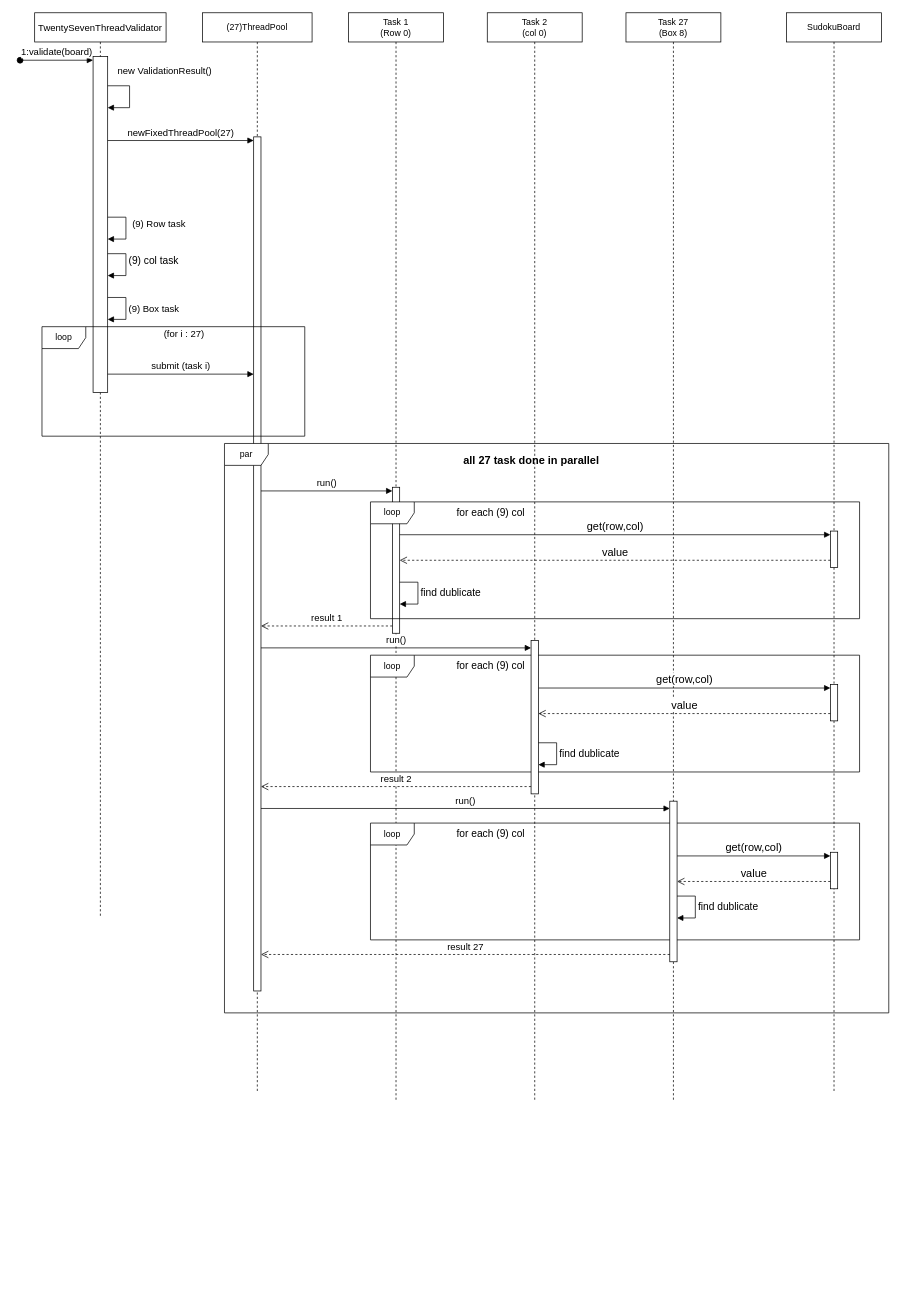
The draw.io diagram diagrams/mode27 sequence diagram.drawio in Smook-e/Prog_lab9, before the edit. Source tidied: cells renumbered, new cells numbered last; positions are measured from the earlier drawing's top-left corner, leaving out a move shared by most shapes. Both pictures are drawn from the tidied source at 73%, with x=0, y=0 at pixel (20, 12).
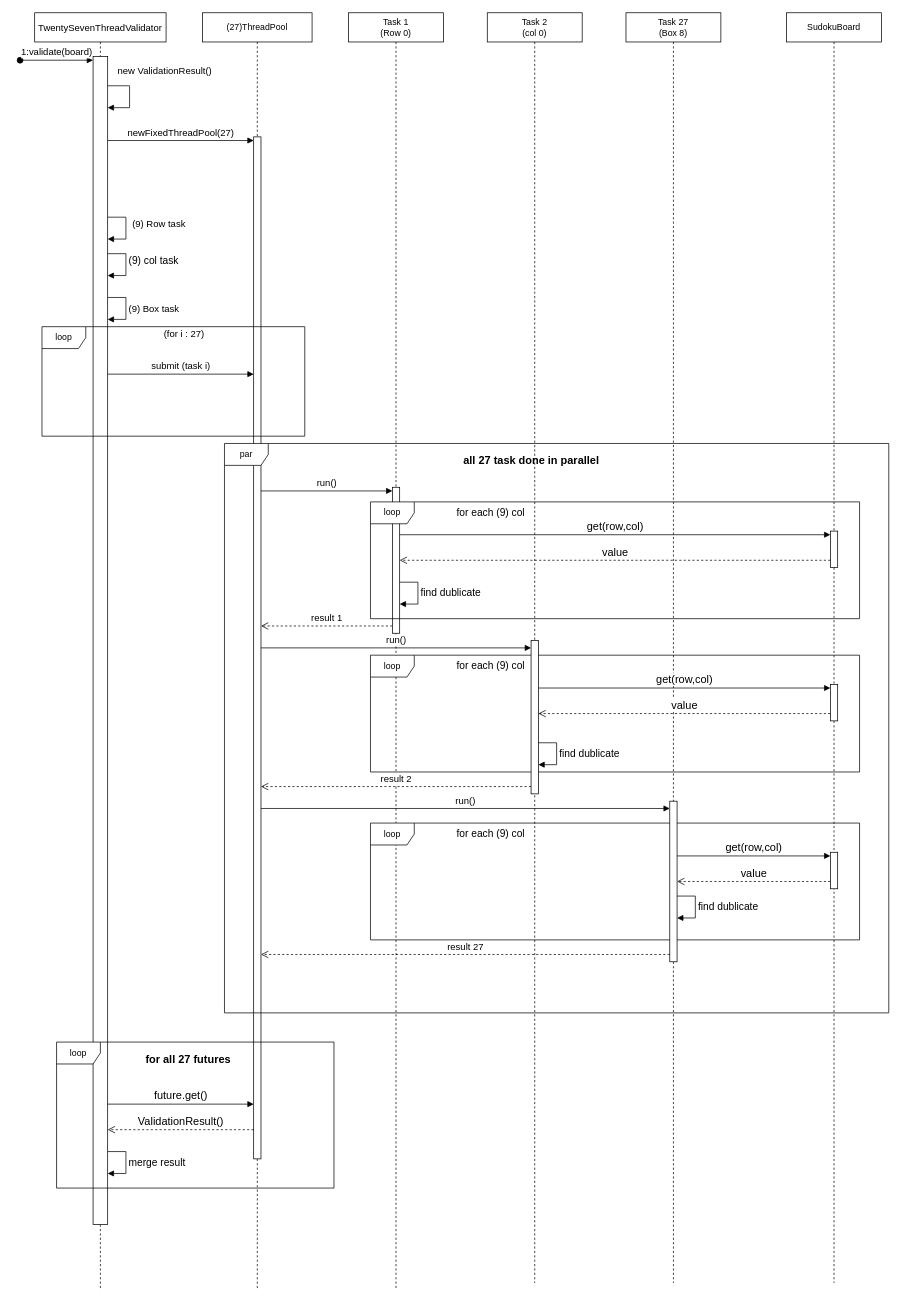
The same diagram, later.

Diff of the diagram source:
```diff
@@
     <mxCell id="2" value="TwentySevenThreadValidator" style="shape=umlLifeline;perimeter=lifelinePerimeter;whiteSpace=wrap;html=1;newEdgeStyle={&quot;curved&quot;:0,&quot;rounded&quot;:0};fontSize=13;" parent="1" vertex="1">
-      <mxGeometry x="20" width="180" height="1240" as="geometry" />
+      <mxGeometry x="20" width="180" height="1750" as="geometry" />
     </mxCell>
     <mxCell id="3" style="html=1;points=[[0,0,0,0,5],[0,1,0,0,-5],[1,0,0,0,5],[1,1,0,0,-5]];perimeter=orthogonalPerimeter;outlineConnect=0;targetShapes=umlLifeline;portConstraint=eastwest;newEdgeStyle={&quot;curved&quot;:0,&quot;rounded&quot;:0};" parent="2" vertex="1">
-      <mxGeometry x="80" y="60" width="20" height="460" as="geometry" />
+      <mxGeometry x="80" y="60" width="20" height="1600" as="geometry" />
     </mxCell>
@@
     <mxCell id="9" value="(27)ThreadPool" style="shape=umlLifeline;perimeter=lifelinePerimeter;whiteSpace=wrap;html=1;newEdgeStyle={&quot;curved&quot;:0,&quot;rounded&quot;:0};" parent="1" vertex="1">
-      <mxGeometry x="250" width="150" height="1480" as="geometry" />
+      <mxGeometry x="250" width="150" height="1750" as="geometry" />
     </mxCell>
     <mxCell id="10" style="html=1;points=[[0,0,0,0,5],[0,1,0,0,-5],[1,0,0,0,5],[1,1,0,0,-5]];perimeter=orthogonalPerimeter;outlineConnect=0;targetShapes=umlLifeline;portConstraint=eastwest;newEdgeStyle={&quot;curved&quot;:0,&quot;rounded&quot;:0};" parent="9" vertex="1">
-      <mxGeometry x="70" y="170" width="10" height="1170" as="geometry" />
+      <mxGeometry x="70" y="170" width="10" height="1400" as="geometry" />
     </mxCell>
@@
     <mxCell id="12" value="Task 1&lt;div&gt;(Row 0)&lt;/div&gt;" style="shape=umlLifeline;perimeter=lifelinePerimeter;whiteSpace=wrap;html=1;newEdgeStyle={&quot;curved&quot;:0,&quot;rounded&quot;:0};" parent="1" vertex="1">
-      <mxGeometry x="450" width="130" height="1490" as="geometry" />
+      <mxGeometry x="450" width="130" height="1750" as="geometry" />
     </mxCell>
@@
     <mxCell id="15" value="Task 2&lt;div&gt;(col 0)&lt;/div&gt;" style="shape=umlLifeline;perimeter=lifelinePerimeter;whiteSpace=wrap;html=1;newEdgeStyle={&quot;curved&quot;:0,&quot;rounded&quot;:0};" parent="1" vertex="1">
-      <mxGeometry x="640" width="130" height="1490" as="geometry" />
+      <mxGeometry x="640" width="130" height="1740" as="geometry" />
     </mxCell>
     <mxCell id="16" value="Task 27&lt;div&gt;(Box 8)&lt;/div&gt;" style="shape=umlLifeline;perimeter=lifelinePerimeter;whiteSpace=wrap;html=1;newEdgeStyle={&quot;curved&quot;:0,&quot;rounded&quot;:0};" parent="1" vertex="1">
-      <mxGeometry x="830" width="130" height="1490" as="geometry" />
+      <mxGeometry x="830" width="130" height="1740" as="geometry" />
     </mxCell>
     <mxCell id="17" value="SudokuBoard" style="shape=umlLifeline;perimeter=lifelinePerimeter;whiteSpace=wrap;html=1;newEdgeStyle={&quot;curved&quot;:0,&quot;rounded&quot;:0};" parent="1" vertex="1">
-      <mxGeometry x="1050" width="130" height="1480" as="geometry" />
+      <mxGeometry x="1050" width="130" height="1740" as="geometry" />
     </mxCell>
@@
+    <mxCell id="48" value="merge result" style="html=1;align=left;spacingLeft=2;endArrow=block;rounded=0;edgeStyle=orthogonalEdgeStyle;curved=0;rounded=0;fontSize=14;" parent="1" edge="1">
+      <mxGeometry relative="1" as="geometry">
+        <mxPoint x="120" y="1560" as="sourcePoint" />
+        <mxPoint x="120" y="1590" as="targetPoint" />
+        <Array as="points">
+          <mxPoint x="145" y="1590" />
+        </Array>
+      </mxGeometry>
+    </mxCell>
+    <mxCell id="49" value="ValidationResult()" style="html=1;verticalAlign=bottom;endArrow=open;dashed=1;endSize=8;curved=0;rounded=0;fontSize=15;" parent="1" edge="1">
+      <mxGeometry relative="1" as="geometry">
+        <mxPoint x="320" y="1530" as="sourcePoint" />
+        <mxPoint x="120" y="1530" as="targetPoint" />
+      </mxGeometry>
+    </mxCell>
+    <mxCell id="50" value="future.get()" style="html=1;verticalAlign=bottom;endArrow=block;curved=0;rounded=0;fontSize=15;" parent="1" edge="1">
+      <mxGeometry relative="1" as="geometry">
+        <mxPoint x="120" y="1495" as="sourcePoint" />
+        <mxPoint x="320" y="1495" as="targetPoint" />
+      </mxGeometry>
+    </mxCell>
+    <mxCell id="51" value="loop" style="shape=umlFrame;whiteSpace=wrap;html=1;" parent="1" vertex="1">
+      <mxGeometry x="50" y="1410" width="380" height="200" as="geometry" />
+    </mxCell>
+    <mxCell id="52" value="for all 27 futures" style="text;align=center;fontStyle=1;verticalAlign=middle;spacingLeft=3;spacingRight=3;strokeColor=none;html=1;fontSize=15;" parent="1" vertex="1">
+      <mxGeometry x="100" y="1420" width="260" height="26" as="geometry" />
+    </mxCell>
```
